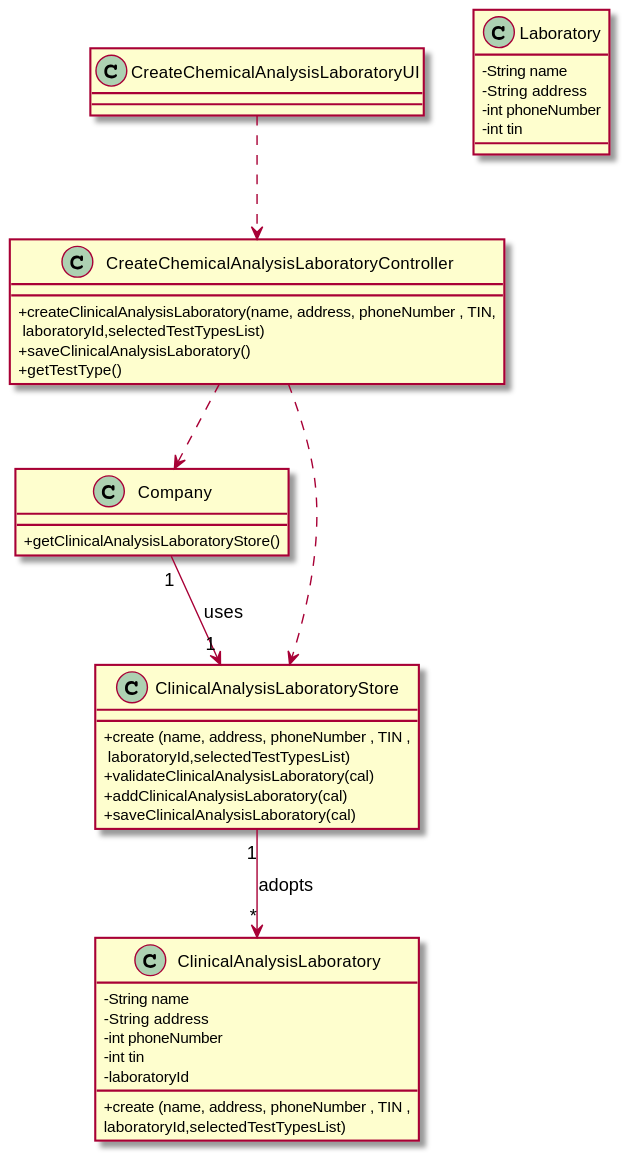
Above: docs/SprintB/US08/US08_CD.svg in manu-07-ela/LAPR2_ISEP (PlantUML), before the change. Source of this version:
```plantuml
@startuml
skinparam classAttributeIconSize 0

class CreateChemicalAnalysisLaboratoryUI{
}

class CreateChemicalAnalysisLaboratoryController{
  +createClinicalAnalysisLaboratory(name, address, phoneNumber , TIN,\n laboratoryId,selectedTestTypesList)
  +saveClinicalAnalysisLaboratory()
  +getTestType()
}

class Company{
+getClinicalAnalysisLaboratoryStore()
}

class Laboratory {
  -String name
  -String address
  -int phoneNumber
  -int tin
}

class ClinicalAnalysisLaboratory {
  -String name
  -String address
  -int phoneNumber
  -int tin
  -laboratoryId
  +create (name, address, phoneNumber , TIN ,\nlaboratoryId,selectedTestTypesList)


}

class ClinicalAnalysisLaboratoryStore {
  +create (name, address, phoneNumber , TIN ,\n laboratoryId,selectedTestTypesList)
  +validateClinicalAnalysisLaboratory(cal)
  +addClinicalAnalysisLaboratory(cal)
  +saveClinicalAnalysisLaboratory(cal)
}






CreateChemicalAnalysisLaboratoryUI ..> CreateChemicalAnalysisLaboratoryController
CreateChemicalAnalysisLaboratoryController ..> Company
CreateChemicalAnalysisLaboratoryController ...> ClinicalAnalysisLaboratoryStore
Company "1" --> "1" ClinicalAnalysisLaboratoryStore : uses
ClinicalAnalysisLaboratoryStore "1" --> "*" ClinicalAnalysisLaboratory : adopts


@enduml
```
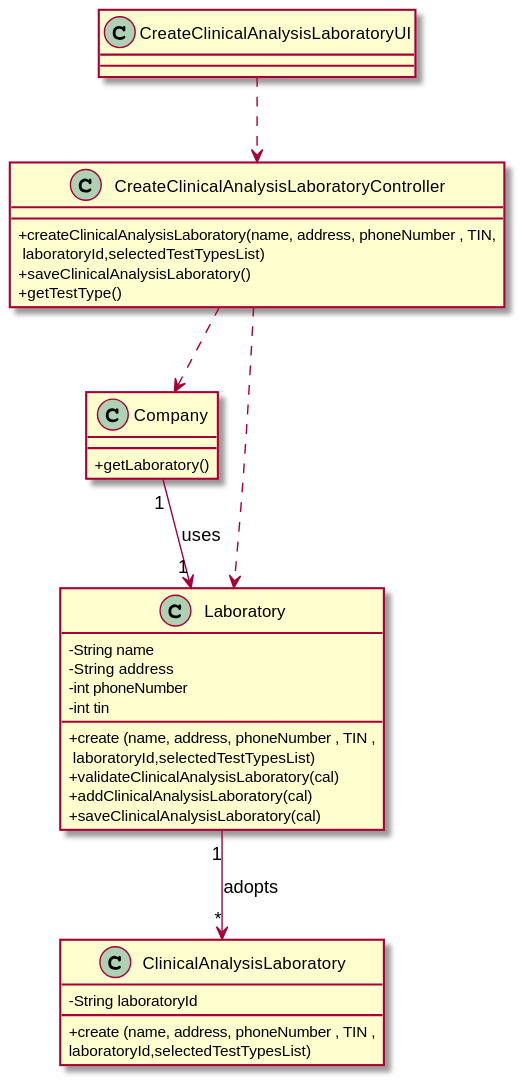
The same file after the commit.

Change to the diagram source:
```diff
@@ -1,17 +1,25 @@
 @startuml
 skinparam classAttributeIconSize 0
 
-class CreateChemicalAnalysisLaboratoryUI{
+class CreateClinicalAnalysisLaboratoryUI{
 }
 
-class CreateChemicalAnalysisLaboratoryController{
+class CreateClinicalAnalysisLaboratoryController{
   +createClinicalAnalysisLaboratory(name, address, phoneNumber , TIN,\n laboratoryId,selectedTestTypesList)
   +saveClinicalAnalysisLaboratory()
   +getTestType()
 }
 
 class Company{
-+getClinicalAnalysisLaboratoryStore()
++getLaboratory()
+}
+
+
+class ClinicalAnalysisLaboratory {
+  -String laboratoryId
+  +create (name, address, phoneNumber , TIN ,\nlaboratoryId,selectedTestTypesList)
+
+
 }
 
 class Laboratory {
@@ -19,20 +27,6 @@
   -String address
   -int phoneNumber
   -int tin
-}
-
-class ClinicalAnalysisLaboratory {
-  -String name
-  -String address
-  -int phoneNumber
-  -int tin
-  -laboratoryId
-  +create (name, address, phoneNumber , TIN ,\nlaboratoryId,selectedTestTypesList)
-
-
-}
-
-class ClinicalAnalysisLaboratoryStore {
   +create (name, address, phoneNumber , TIN ,\n laboratoryId,selectedTestTypesList)
   +validateClinicalAnalysisLaboratory(cal)
   +addClinicalAnalysisLaboratory(cal)
@@ -44,11 +38,11 @@
 
 
 
-CreateChemicalAnalysisLaboratoryUI ..> CreateChemicalAnalysisLaboratoryController
-CreateChemicalAnalysisLaboratoryController ..> Company
-CreateChemicalAnalysisLaboratoryController ...> ClinicalAnalysisLaboratoryStore
-Company "1" --> "1" ClinicalAnalysisLaboratoryStore : uses
-ClinicalAnalysisLaboratoryStore "1" --> "*" ClinicalAnalysisLaboratory : adopts
+CreateClinicalAnalysisLaboratoryUI ..> CreateClinicalAnalysisLaboratoryController
+CreateClinicalAnalysisLaboratoryController ..> Company
+CreateClinicalAnalysisLaboratoryController ...> Laboratory
+Company "1" --> "1" Laboratory : uses
+Laboratory "1" --> "*" ClinicalAnalysisLaboratory : adopts
 
 
 @enduml
```
